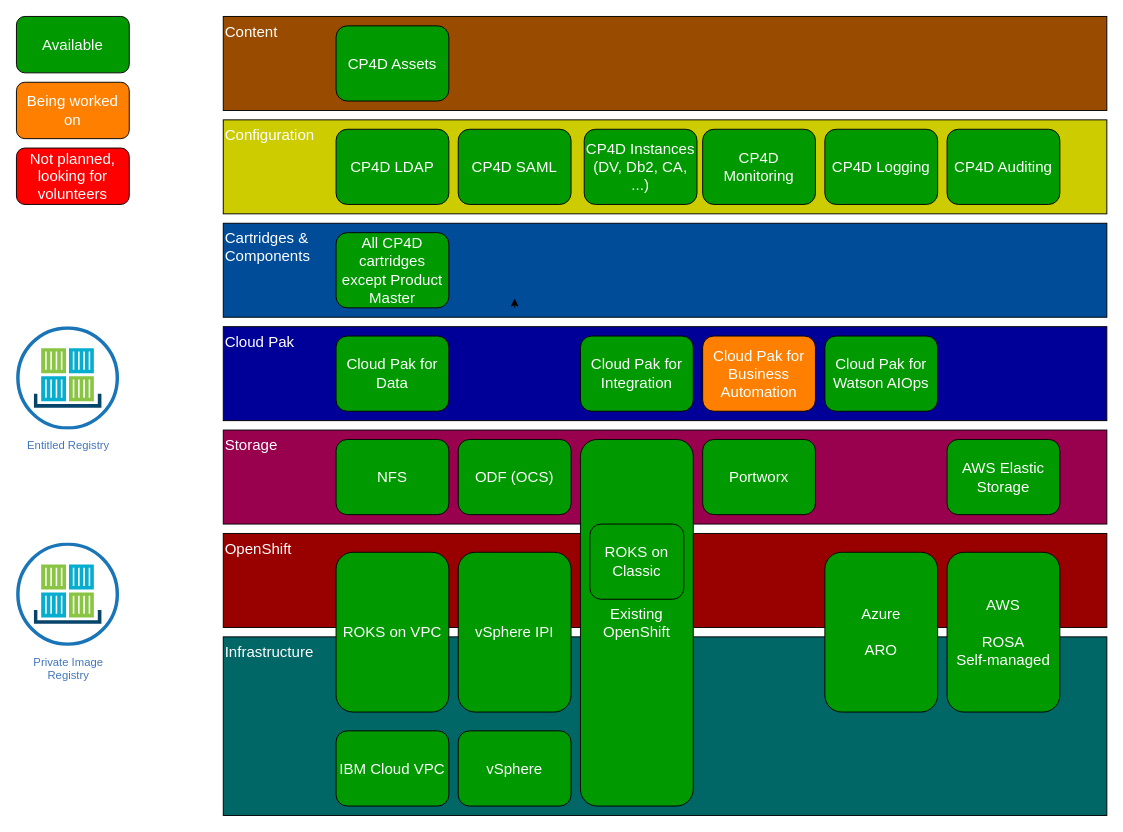
This is docs/src/01-introduction/images/cp-deploy-current-state.drawio from CloudPakDeployerDev/cloud-pak-deployer-dev, a draw.io file, before an edit. Source tidied: cells renumbered, new cells numbered last; positions are measured from the earlier drawing's top-left corner, leaving out a move shared by most shapes. Both pictures are drawn from the tidied source at 94%, with x=0, y=0 at pixel (16, 16).
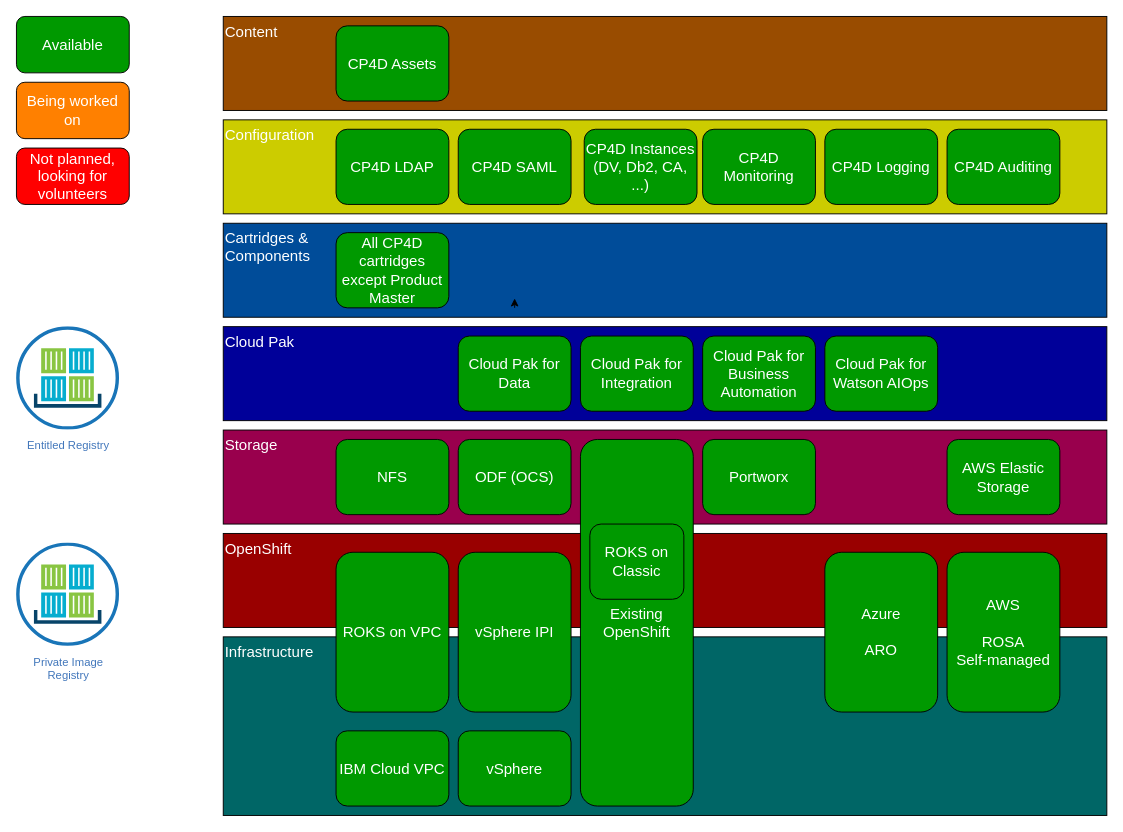
The same page after the edit.

Commit message (it also covers changes not shown here):
#416 Update current state with cp4ba

Diff of the diagram source:
```diff
@@
     <mxCell id="31" value="Cloud Pak for Data" style="rounded=1;whiteSpace=wrap;html=1;fontSize=16;fontColor=#FFFFFF;fillColor=#009900;align=center;verticalAlign=middle;" parent="30" vertex="1">
-      <mxGeometry x="340" y="340" width="120" height="80" as="geometry" />
+      <mxGeometry x="470" y="340" width="120" height="80" as="geometry" />
     </mxCell>
@@
-    <mxCell id="33" value="Cloud Pak for Business Automation" style="rounded=1;whiteSpace=wrap;html=1;fontSize=16;fontColor=#FFFFFF;fillColor=#ff8000;align=center;verticalAlign=middle;" parent="30" vertex="1">
+    <mxCell id="33" value="Cloud Pak for Business Automation" style="rounded=1;whiteSpace=wrap;html=1;fontSize=16;fontColor=#FFFFFF;fillColor=#009900;align=center;verticalAlign=middle;" parent="30" vertex="1">
       <mxGeometry x="730" y="340" width="120" height="80" as="geometry" />
     </mxCell>
```
